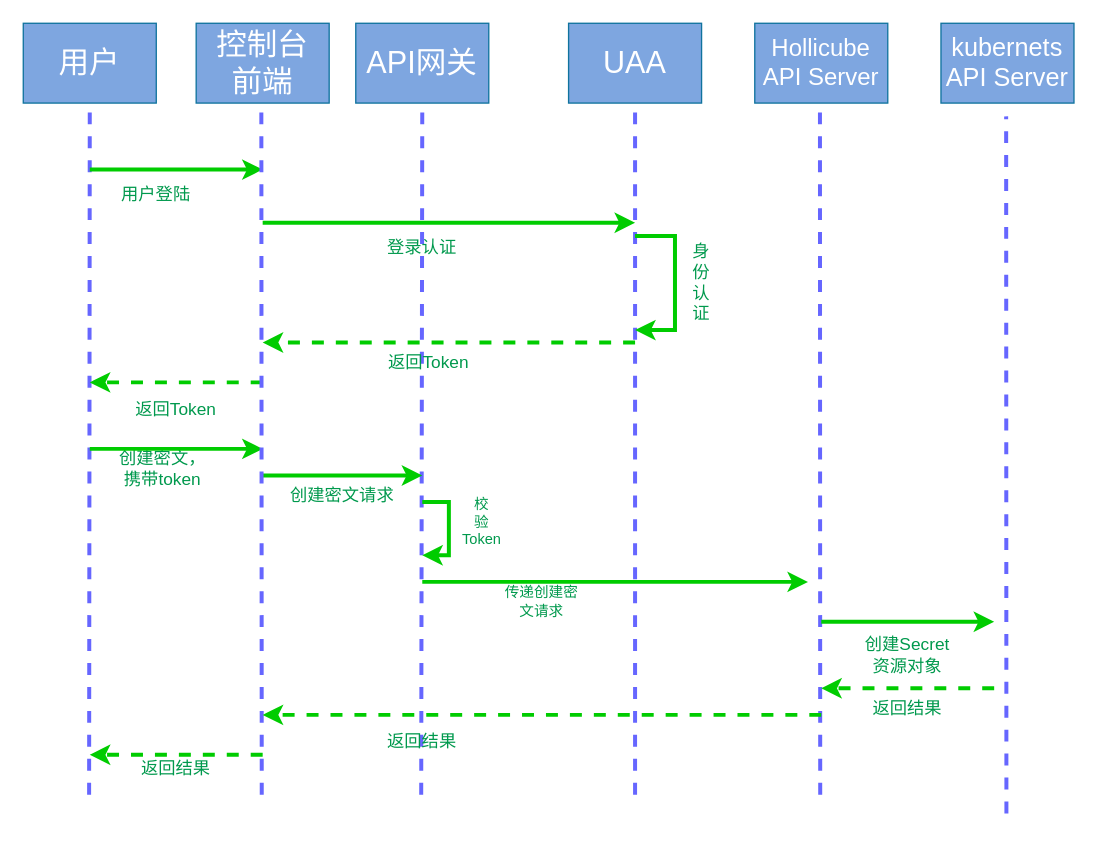
Above: Untitled Diagram.drawio in TonyZZhang/AI_With_Drug_Development (draw.io), before the change. Source tidied: cells renumbered, new cells numbered last; positions are measured from the earlier drawing's top-left corner, leaving out a move shared by most shapes. Both pictures are drawn from the tidied source at 133%, with x=0, y=0 at pixel (23, 23).
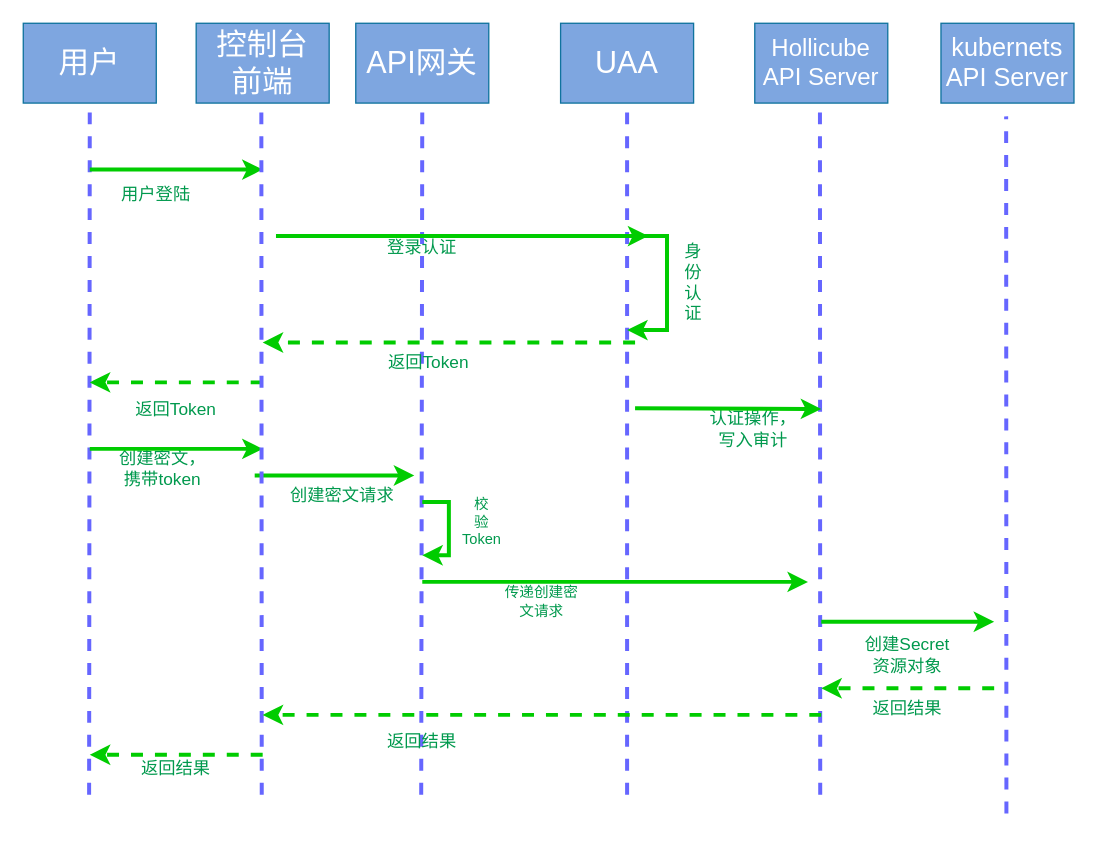
Above is the later version.

Unchanged cells that the change refers to:
```xml
<mxCell id="27" style="group;" parent="1" vertex="1">
  <mxGeometry x="550" width="150" height="580" as="geometry" />
</mxCell>
```

What changed in the source:
```diff
@@
     <mxCell id="21" style="group;" parent="1" vertex="1">
-      <mxGeometry x="410" width="140" height="580" as="geometry" />
+      <mxGeometry x="404" width="180" height="580" as="geometry" />
     </mxCell>
@@
+    <mxCell id="46" value="&lt;font style=&quot;font-size: 13px&quot; color=&quot;#00994d&quot;&gt;认证操作，写入审计&lt;/font&gt;" style="text;html=1;strokeColor=none;fillColor=none;align=center;verticalAlign=middle;whiteSpace=wrap;rounded=0;" parent="21" vertex="1">
+      <mxGeometry x="110" y="290" width="70" height="30" as="geometry" />
+    </mxCell>
@@
+    <mxCell id="41" style="endArrow=classic;html=1;rounded=0;fontSize=23;fontColor=#FFFFFF;strokeColor=#00CC00;strokeWidth=3;" parent="27" edge="1">
+      <mxGeometry relative="1" as="geometry">
+        <mxPoint x="-90" y="289.5" as="sourcePoint" />
+        <mxPoint x="50" y="290" as="targetPoint" />
+      </mxGeometry>
+    </mxCell>
@@
-    <mxCell id="41" style="endArrow=classic;html=1;rounded=0;fontSize=23;fontColor=#FFFFFF;strokeColor=#00CC00;strokeWidth=3;" parent="1" edge="1">
-      <mxGeometry relative="1" as="geometry">
-        <mxPoint x="180" y="150" as="sourcePoint" />
-        <mxPoint x="460" y="150" as="targetPoint" />
-      </mxGeometry>
-    </mxCell>
@@
+    <mxCell id="47" style="endArrow=classic;html=1;rounded=0;fontSize=23;fontColor=#FFFFFF;strokeColor=#00CC00;strokeWidth=3;" parent="1" edge="1">
+      <mxGeometry relative="1" as="geometry">
+        <mxPoint x="190" y="160" as="sourcePoint" />
+        <mxPoint x="470" y="160" as="targetPoint" />
+      </mxGeometry>
+    </mxCell>
```
